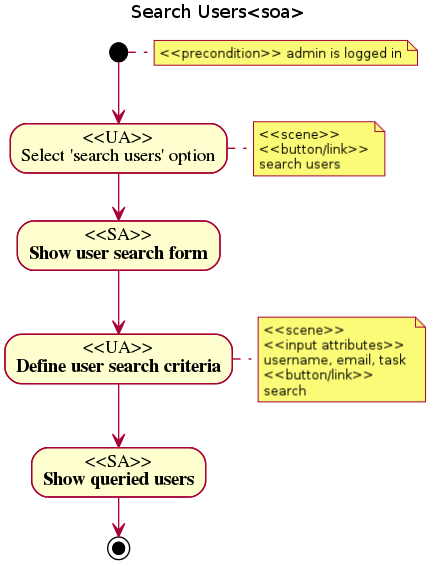
bzg/worg keeps this PlantUML diagram as images/gsoc/2012/bugpile/search-users-uml-soa.png. Above is the earlier version.
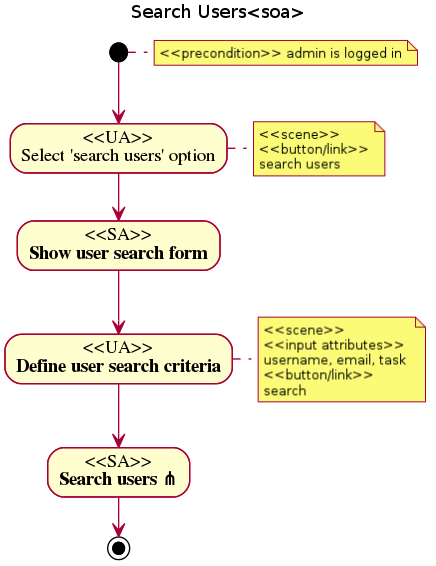
The same file after the commit.

Change to the diagram source:
```diff
@@ -6,6 +6,6 @@
 --> "<<SA>>\nShow user search form"
 --> "<<UA>>\nDefine user search criteria"
 note right: <<scene>>\n<<input attributes>>\nusername, email, task \n<<button/link>>\nsearch
---> "<<SA>>\nShow queried users"
+--> "<<SA>>\nSearch users ?"
 --> (*)
 @enduml
```
